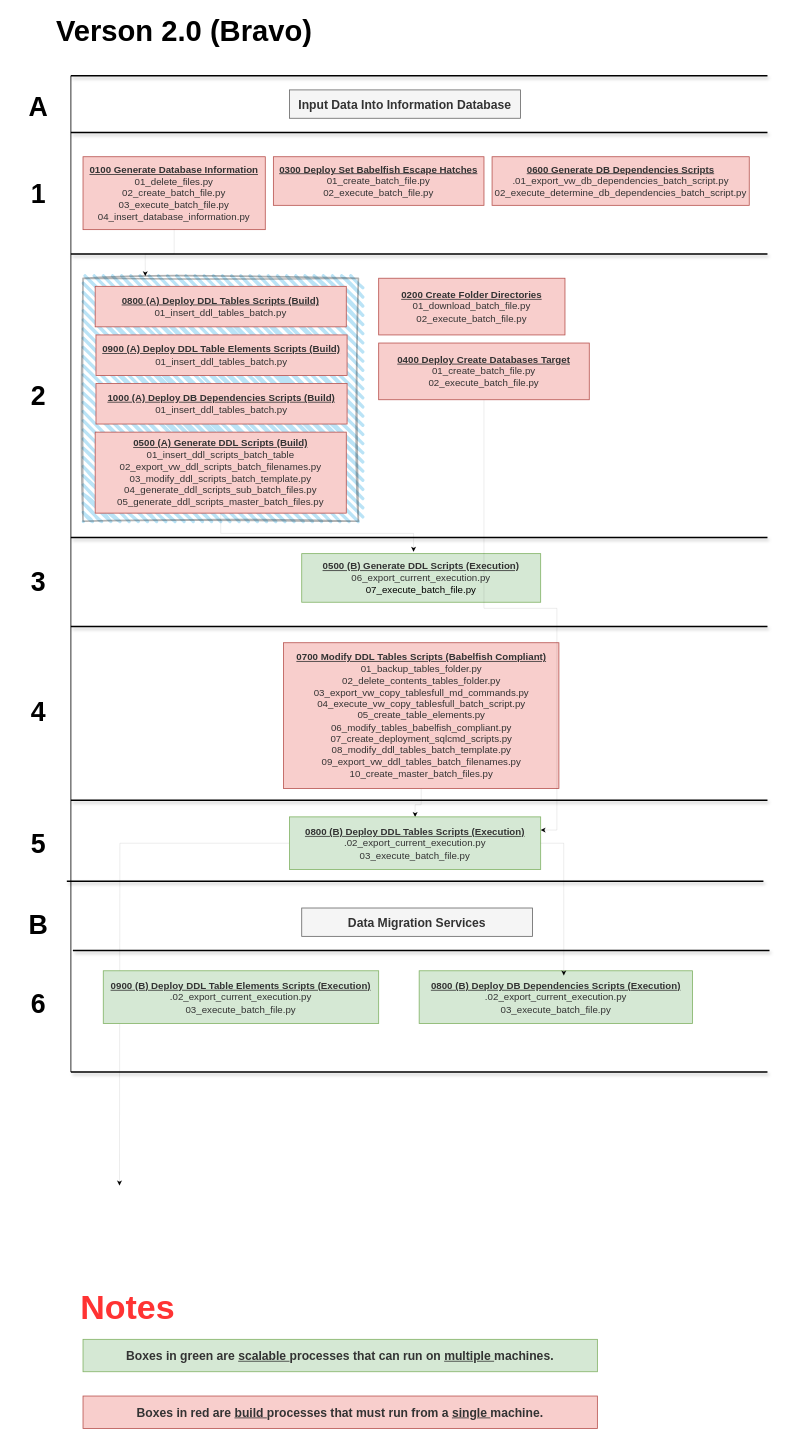
This is Babelfish Deployment Utility Bravo.drawio from smpetersgithub/draw-diagrams-depot, a draw.io file, before an edit. Source tidied: cells renumbered, new cells numbered last; positions are measured from the earlier drawing's top-left corner, leaving out a move shared by most shapes. Both pictures are drawn from the tidied source at 81%, with x=0, y=0 at pixel (14, 19).
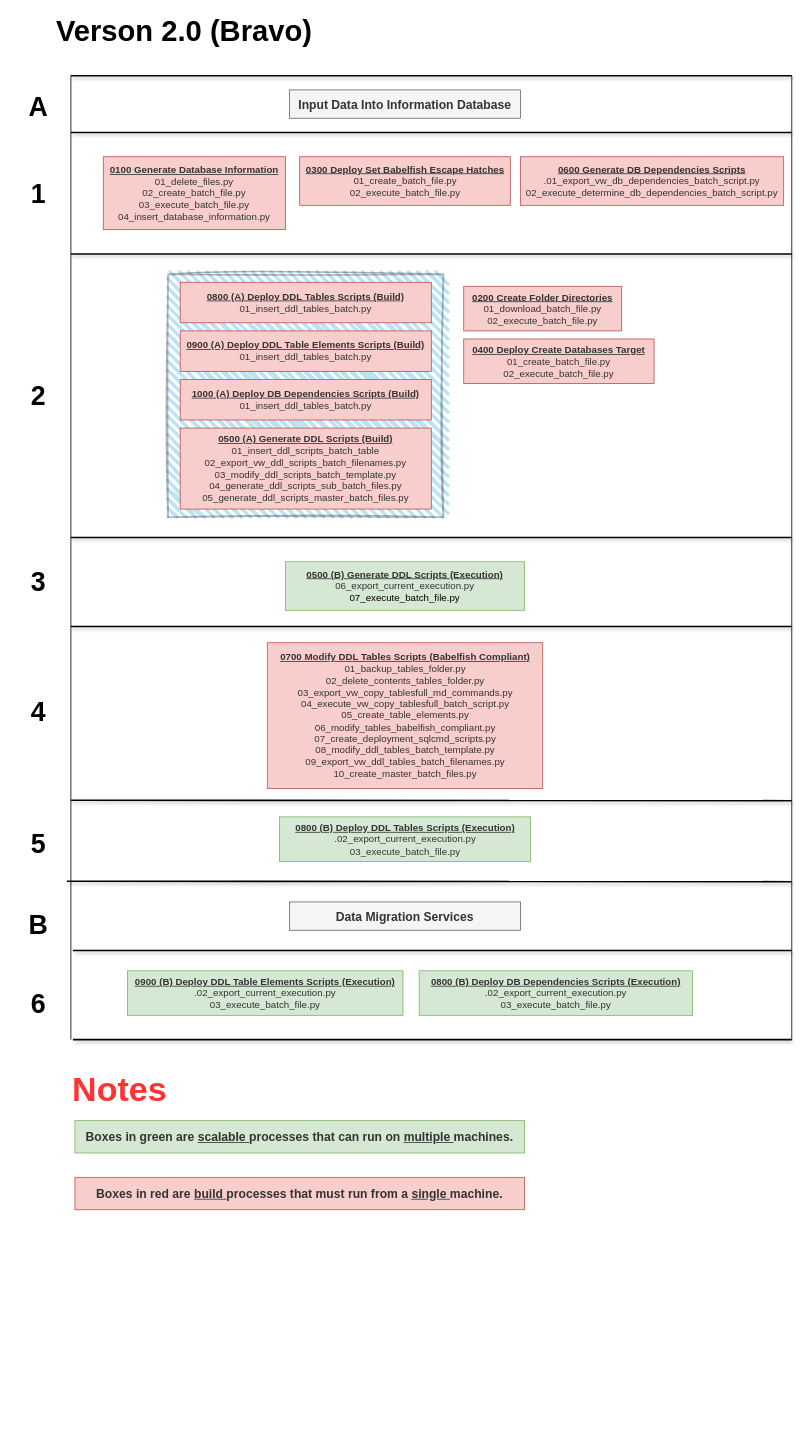
The same page after the edit.

Change to the diagram source:
```diff
@@
     <mxCell id="2" style="rounded=0;whiteSpace=wrap;html=1;strokeWidth=2;fillWeight=4;hachureGap=8;hachureAngle=45;fillColor=#1ba1e2;sketch=1;curveFitting=1;jiggle=2;opacity=30;" parent="1" vertex="1">
-      <mxGeometry x="85" y="320" width="340" height="300" as="geometry" />
+      <mxGeometry x="190" y="315" width="340" height="300" as="geometry" />
     </mxCell>
     <mxCell id="3" value="&lt;span style=&quot;color: rgb(51, 51, 51);&quot;&gt;&lt;b&gt;&lt;u&gt;0100 Generate Database Information&lt;/u&gt;&lt;/b&gt;&lt;/span&gt;&lt;div&gt;&lt;div&gt;&lt;font color=&quot;#333333&quot;&gt;01_delete_files.py&lt;/font&gt;&lt;/div&gt;&lt;div&gt;&lt;font color=&quot;#333333&quot;&gt;02_create_batch_file.py&lt;/font&gt;&lt;/div&gt;&lt;div&gt;&lt;font color=&quot;#333333&quot;&gt;03_execute_batch_file.py&lt;/font&gt;&lt;/div&gt;&lt;div&gt;&lt;font color=&quot;#333333&quot;&gt;04_insert_database_information.py&lt;/font&gt;&lt;/div&gt;&lt;/div&gt;" style="rounded=0;whiteSpace=wrap;html=1;fillColor=#f8cecc;strokeColor=#b85450;" parent="1" vertex="1">
-      <mxGeometry x="85" y="170" width="225" height="90" as="geometry" />
+      <mxGeometry x="110" y="170" width="225" height="90" as="geometry" />
     </mxCell>
@@
     <mxCell id="5" value="&lt;span style=&quot;color: rgb(51, 51, 51);&quot;&gt;&lt;b&gt;&lt;u&gt;0500 (A) Generate DDL Scripts (Build)&lt;/u&gt;&lt;/b&gt;&lt;/span&gt;&lt;div&gt;&lt;font color=&quot;#333333&quot;&gt;01_insert_ddl_scripts_batch_table&lt;/font&gt;&lt;br&gt;&lt;/div&gt;&lt;div&gt;&lt;span style=&quot;background-color: initial;&quot;&gt;&lt;font color=&quot;#333333&quot;&gt;02_export_vw_ddl_scripts_batch_filenames&lt;/font&gt;&lt;/span&gt;&lt;font color=&quot;#333333&quot;&gt;.py&lt;br&gt;&lt;/font&gt;&lt;/div&gt;&lt;div&gt;&lt;span style=&quot;background-color: initial;&quot;&gt;&lt;font color=&quot;#333333&quot;&gt;03_modify_ddl_scripts_batch_template&lt;/font&gt;&lt;/span&gt;&lt;font color=&quot;#333333&quot;&gt;.py&lt;br&gt;&lt;/font&gt;&lt;/div&gt;&lt;div&gt;&lt;span style=&quot;background-color: initial;&quot;&gt;&lt;font style=&quot;&quot; color=&quot;#333333&quot;&gt;04_generate_ddl_scripts_sub_batch_files&lt;/font&gt;&lt;/span&gt;&lt;font style=&quot;&quot; color=&quot;#333333&quot;&gt;.py&lt;/font&gt;&lt;/div&gt;&lt;div&gt;&lt;font style=&quot;&quot; color=&quot;#333333&quot;&gt;05_generate_ddl_scripts_master_batch_files.py&lt;/font&gt;&lt;/div&gt;" style="rounded=0;whiteSpace=wrap;html=1;fillColor=#f8cecc;strokeColor=#b85450;" parent="1" vertex="1">
-      <mxGeometry x="100" y="510" width="310" height="100" as="geometry" />
+      <mxGeometry x="205" y="505" width="310" height="100" as="geometry" />
     </mxCell>
     <mxCell id="6" value="&lt;span style=&quot;color: rgb(51, 51, 51);&quot;&gt;&lt;b&gt;&lt;u&gt;0500 (B) Generate DDL Scripts (Execution)&lt;br&gt;&lt;/u&gt;&lt;/b&gt;&lt;/span&gt;&lt;div&gt;&lt;span style=&quot;background-color: initial;&quot;&gt;&lt;font color=&quot;#333333&quot;&gt;06_export_current_execution&lt;/font&gt;&lt;/span&gt;&lt;font color=&quot;#333333&quot;&gt;.py&lt;br&gt;&lt;/font&gt;07_execute_batch_file.py&lt;/div&gt;" style="rounded=0;whiteSpace=wrap;html=1;fillColor=#d5e8d4;strokeColor=#82b366;" parent="1" vertex="1">
-      <mxGeometry x="355" y="660" width="295" height="60" as="geometry" />
+      <mxGeometry x="335" y="670" width="295" height="60" as="geometry" />
     </mxCell>
     <mxCell id="7" value="&lt;span style=&quot;color: rgb(51, 51, 51);&quot;&gt;&lt;b&gt;&lt;u&gt;0300 Deploy Set Babelfish Escape Hatches&lt;/u&gt;&lt;/b&gt;&lt;/span&gt;&lt;div&gt;&lt;div&gt;&lt;font color=&quot;#333333&quot;&gt;01_create_batch_file.py&lt;/font&gt;&lt;/div&gt;&lt;div&gt;&lt;font color=&quot;#333333&quot;&gt;02_execute_batch_file.py&lt;/font&gt;&lt;/div&gt;&lt;/div&gt;" style="rounded=0;whiteSpace=wrap;html=1;fillColor=#f8cecc;strokeColor=#b85450;" parent="1" vertex="1">
-      <mxGeometry x="320" y="170" width="260" height="60" as="geometry" />
+      <mxGeometry x="352.5" y="170" width="260" height="60" as="geometry" />
     </mxCell>
-    <mxCell id="8" style="edgeStyle=orthogonalEdgeStyle;rounded=0;jettySize=auto;html=1;strokeWidth=0;" parent="1" edge="1" source="9" target="30">
-      <mxGeometry relative="1" as="geometry" />
-    </mxCell>
     <mxCell id="9" value="&lt;span style=&quot;color: rgb(51, 51, 51);&quot;&gt;&lt;b&gt;&lt;u&gt;0700 Modify DDL Tables Scripts (Babelfish Compliant)&lt;/u&gt;&lt;/b&gt;&lt;/span&gt;&lt;div&gt;&lt;div&gt;&lt;font color=&quot;#333333&quot;&gt;01_backup_tables_folder.py&lt;/font&gt;&lt;/div&gt;&lt;div&gt;&lt;font color=&quot;#333333&quot;&gt;02_delete_contents_tables_folder.py&lt;/font&gt;&lt;/div&gt;&lt;div&gt;&lt;font color=&quot;#333333&quot;&gt;03_export_vw_copy_tablesfull_md_commands.py&lt;/font&gt;&lt;/div&gt;&lt;div&gt;&lt;font color=&quot;#333333&quot;&gt;04_execute_vw_copy_tablesfull_batch_script.py&lt;/font&gt;&lt;/div&gt;&lt;div&gt;&lt;font color=&quot;#333333&quot;&gt;05_create_table_elements.py&lt;/font&gt;&lt;/div&gt;&lt;div&gt;&lt;font color=&quot;#333333&quot;&gt;06_modify_tables_babelfish_compliant.py&lt;/font&gt;&lt;/div&gt;&lt;div&gt;&lt;font color=&quot;#333333&quot;&gt;07_create_deployment_sqlcmd_scripts.py&lt;/font&gt;&lt;/div&gt;&lt;div&gt;&lt;font color=&quot;#333333&quot;&gt;08_modify_ddl_tables_batch_template.py&lt;/font&gt;&lt;/div&gt;&lt;div&gt;&lt;font color=&quot;#333333&quot;&gt;09_export_vw_ddl_tables_batch_filenames.py&lt;/font&gt;&lt;/div&gt;&lt;div&gt;&lt;font color=&quot;#333333&quot;&gt;10_create_master_batch_files.py&lt;/font&gt;&lt;/div&gt;&lt;/div&gt;" style="rounded=0;whiteSpace=wrap;html=1;fillColor=#f8cecc;strokeColor=#b85450;" parent="1" vertex="1">
-      <mxGeometry x="332.5" y="770" width="340" height="180" as="geometry" />
+      <mxGeometry x="312.5" y="770" width="340" height="180" as="geometry" />
     </mxCell>
     <mxCell id="10" value="&lt;span style=&quot;color: rgb(51, 51, 51);&quot;&gt;&lt;b&gt;&lt;u&gt;0800 (A) Deploy DDL Tables Scripts (Build)&lt;/u&gt;&lt;/b&gt;&lt;/span&gt;&lt;div&gt;&lt;font color=&quot;#333333&quot;&gt;01_insert_ddl_tables_batch.py&lt;/font&gt;&lt;br&gt;&lt;/div&gt;" style="rounded=0;whiteSpace=wrap;html=1;fillColor=#f8cecc;strokeColor=#b85450;" parent="1" vertex="1">
-      <mxGeometry x="100" y="330" width="310" height="50" as="geometry" />
+      <mxGeometry x="205" y="325" width="310" height="50" as="geometry" />
     </mxCell>
     <mxCell id="11" style="endArrow=none;html=1;rounded=0;strokeWidth=2;shadow=1;" parent="1" edge="1">
       <mxGeometry relative="1" as="geometry">
         <mxPoint x="70" y="140" as="sourcePoint" />
-        <mxPoint x="930" y="140" as="targetPoint" />
+        <mxPoint x="960" y="140" as="targetPoint" />
       </mxGeometry>
     </mxCell>
@@
-    <mxCell id="17" style="edgeStyle=orthogonalEdgeStyle;rounded=0;jettySize=auto;html=1;entryX=1;entryY=0.25;entryDx=0;entryDy=0;strokeWidth=0;" parent="1" edge="1" source="18" target="30">
-      <mxGeometry relative="1" as="geometry" />
-    </mxCell>
     <mxCell id="18" value="&lt;span style=&quot;color: rgb(51, 51, 51);&quot;&gt;&lt;b&gt;&lt;u&gt;0400 Deploy Create Databases Target&lt;/u&gt;&lt;/b&gt;&lt;/span&gt;&lt;div&gt;&lt;div&gt;&lt;font color=&quot;#333333&quot;&gt;01_create_batch_file.py&lt;/font&gt;&lt;/div&gt;&lt;div&gt;&lt;font color=&quot;#333333&quot;&gt;02_execute_batch_file.py&lt;/font&gt;&lt;/div&gt;&lt;/div&gt;" style="rounded=0;whiteSpace=wrap;html=1;fillColor=#f8cecc;strokeColor=#b85450;" parent="1" vertex="1">
-      <mxGeometry x="450" y="400" width="260" height="70" as="geometry" />
+      <mxGeometry x="555" y="395" width="235" height="55" as="geometry" />
     </mxCell>
     <mxCell id="19" style="endArrow=none;html=1;rounded=0;" parent="1" edge="1">
       <mxGeometry relative="1" as="geometry">
-        <mxPoint x="70" y="1300" as="sourcePoint" />
+        <mxPoint x="70" y="1260" as="sourcePoint" />
         <mxPoint x="70" y="70" as="targetPoint" />
       </mxGeometry>
     </mxCell>
     <mxCell id="20" style="endArrow=none;html=1;rounded=0;strokeWidth=2;shadow=1;" parent="1" edge="1">
       <mxGeometry relative="1" as="geometry">
         <mxPoint x="70" y="640" as="sourcePoint" />
-        <mxPoint x="930" y="640" as="targetPoint" />
+        <mxPoint x="960" y="640" as="targetPoint" />
       </mxGeometry>
     </mxCell>
     <mxCell id="21" style="endArrow=none;html=1;rounded=0;strokeWidth=2;shadow=1;" parent="1" edge="1">
       <mxGeometry relative="1" as="geometry">
         <mxPoint x="70" y="70" as="sourcePoint" />
-        <mxPoint x="930" y="70" as="targetPoint" />
+        <mxPoint x="960" y="70" as="targetPoint" />
       </mxGeometry>
     </mxCell>
@@
     <mxCell id="24" value="&lt;div&gt;&lt;font size=&quot;1&quot; color=&quot;#333333&quot;&gt;&lt;b style=&quot;font-size: 15px;&quot;&gt;Boxes in green are &lt;u&gt;scalable &lt;/u&gt;processes that can run on &lt;u&gt;multiple &lt;/u&gt;machines.&lt;/b&gt;&lt;/font&gt;&lt;/div&gt;" style="rounded=0;whiteSpace=wrap;html=1;fillColor=#d5e8d4;strokeColor=#82b366;" parent="1" vertex="1">
-      <mxGeometry x="85" y="1630" width="635" height="40" as="geometry" />
+      <mxGeometry x="75" y="1360" width="555" height="40" as="geometry" />
     </mxCell>
     <mxCell id="25" value="&lt;h1 style=&quot;margin-top: 0px;&quot;&gt;&lt;font style=&quot;font-size: 42px;&quot; color=&quot;#ff3333&quot;&gt;Notes&lt;/font&gt;&lt;/h1&gt;" style="text;html=1;whiteSpace=wrap;overflow=hidden;rounded=0;" parent="1" vertex="1">
-      <mxGeometry x="80" y="1560" width="120" height="50" as="geometry" />
+      <mxGeometry x="70" y="1290" width="120" height="50" as="geometry" />
     </mxCell>
     <mxCell id="26" value="&lt;div&gt;&lt;font size=&quot;1&quot; color=&quot;#333333&quot;&gt;&lt;b style=&quot;font-size: 15px;&quot;&gt;Boxes in red are &lt;u&gt;build &lt;/u&gt;processes that must run from a &lt;u&gt;single &lt;/u&gt;machine.&lt;/b&gt;&lt;/font&gt;&lt;/div&gt;" style="rounded=0;whiteSpace=wrap;html=1;fillColor=#f8cecc;strokeColor=#b85450;" parent="1" vertex="1">
-      <mxGeometry x="85" y="1700" width="635" height="40" as="geometry" />
+      <mxGeometry x="75" y="1430" width="555" height="40" as="geometry" />
     </mxCell>
     <mxCell id="27" value="&lt;span style=&quot;color: rgb(51, 51, 51);&quot;&gt;&lt;b&gt;&lt;u&gt;0200 Create Folder Directories&lt;/u&gt;&lt;/b&gt;&lt;/span&gt;&lt;div&gt;&lt;div&gt;&lt;font color=&quot;#333333&quot;&gt;01_download_batch_file.py&lt;/font&gt;&lt;/div&gt;&lt;div&gt;&lt;font color=&quot;#333333&quot;&gt;02_execute_batch_file.py&lt;/font&gt;&lt;/div&gt;&lt;/div&gt;" style="rounded=0;whiteSpace=wrap;html=1;fillColor=#f8cecc;strokeColor=#b85450;" parent="1" vertex="1">
-      <mxGeometry x="450" y="320" width="230" height="70" as="geometry" />
+      <mxGeometry x="555" y="330" width="195" height="55" as="geometry" />
     </mxCell>
-    <mxCell id="28" style="edgeStyle=orthogonalEdgeStyle;rounded=0;jettySize=auto;html=1;entryX=0.468;entryY=-0.04;entryDx=0;entryDy=0;entryPerimeter=0;strokeWidth=0;" parent="1" edge="1" source="5" target="6">
-      <mxGeometry relative="1" as="geometry" />
-    </mxCell>
-    <mxCell id="29" style="edgeStyle=orthogonalEdgeStyle;rounded=0;jettySize=auto;html=1;strokeWidth=0;" parent="1" edge="1" source="30">
-      <mxGeometry relative="1" as="geometry">
-        <mxPoint x="130" y="1440" as="targetPoint" />
-      </mxGeometry>
-    </mxCell>
     <mxCell id="30" value="&lt;span style=&quot;color: rgb(51, 51, 51);&quot;&gt;&lt;b&gt;&lt;u&gt;0800 (B) Deploy DDL Tables Scripts (Execution)&lt;/u&gt;&lt;/b&gt;&lt;/span&gt;&lt;div&gt;&lt;font color=&quot;#333333&quot;&gt;.&lt;span style=&quot;background-color: initial;&quot;&gt;02_export_current_execution.py&lt;/span&gt;&lt;br&gt;&lt;/font&gt;&lt;/div&gt;&lt;div&gt;&lt;font color=&quot;#333333&quot;&gt;03_execute_batch_file.py&lt;/font&gt;&lt;/div&gt;" style="rounded=0;whiteSpace=wrap;html=1;fillColor=#d5e8d4;strokeColor=#82b366;" parent="1" vertex="1">
-      <mxGeometry x="340" y="985" width="310" height="65" as="geometry" />
+      <mxGeometry x="327.5" y="985" width="310" height="55" as="geometry" />
     </mxCell>
     <mxCell id="31" value="&lt;span style=&quot;color: rgb(51, 51, 51);&quot;&gt;&lt;b&gt;&lt;u&gt;0900 (A) Deploy DDL Table Elements Scripts (Build)&lt;/u&gt;&lt;/b&gt;&lt;/span&gt;&lt;div&gt;&lt;font color=&quot;#333333&quot;&gt;01_insert_ddl_tables_batch.py&lt;/font&gt;&lt;br&gt;&lt;/div&gt;" style="rounded=0;whiteSpace=wrap;html=1;fillColor=#f8cecc;strokeColor=#b85450;" parent="1" vertex="1">
-      <mxGeometry x="101" y="390" width="310" height="50" as="geometry" />
+      <mxGeometry x="205" y="385" width="310" height="50" as="geometry" />
     </mxCell>
     <mxCell id="32" value="&lt;span style=&quot;color: rgb(51, 51, 51);&quot;&gt;&lt;b&gt;&lt;u&gt;1000 (A) Deploy DB Dependencies Scripts (Build)&lt;/u&gt;&lt;/b&gt;&lt;/span&gt;&lt;div&gt;&lt;font color=&quot;#333333&quot;&gt;01_insert_ddl_tables_batch.py&lt;/font&gt;&lt;br&gt;&lt;/div&gt;" style="rounded=0;whiteSpace=wrap;html=1;fillColor=#f8cecc;strokeColor=#b85450;" parent="1" vertex="1">
-      <mxGeometry x="101" y="450" width="310" height="50" as="geometry" />
+      <mxGeometry x="205" y="445" width="310" height="50" as="geometry" />
     </mxCell>
     <mxCell id="33" value="&lt;span style=&quot;color: rgb(51, 51, 51);&quot;&gt;&lt;b&gt;&lt;u&gt;0900 (B) Deploy DDL Table Elements Scripts (Execution)&lt;/u&gt;&lt;/b&gt;&lt;/span&gt;&lt;div&gt;&lt;font color=&quot;#333333&quot;&gt;.&lt;span style=&quot;background-color: initial;&quot;&gt;02_export_current_execution.py&lt;/span&gt;&lt;br&gt;&lt;/font&gt;&lt;/div&gt;&lt;div&gt;&lt;font color=&quot;#333333&quot;&gt;03_execute_batch_file.py&lt;/font&gt;&lt;/div&gt;" style="rounded=0;whiteSpace=wrap;html=1;fillColor=#d5e8d4;strokeColor=#82b366;" parent="1" vertex="1">
-      <mxGeometry x="110" y="1175" width="340" height="65" as="geometry" />
+      <mxGeometry x="140" y="1175" width="340" height="55" as="geometry" />
     </mxCell>
     <mxCell id="34" value="&lt;span style=&quot;color: rgb(51, 51, 51);&quot;&gt;&lt;b&gt;&lt;u&gt;0800 (B) Deploy DB Dependencies Scripts (Execution)&lt;/u&gt;&lt;/b&gt;&lt;/span&gt;&lt;div&gt;&lt;font color=&quot;#333333&quot;&gt;.&lt;span style=&quot;background-color: initial;&quot;&gt;02_export_current_execution.py&lt;/span&gt;&lt;br&gt;&lt;/font&gt;&lt;/div&gt;&lt;div&gt;&lt;font color=&quot;#333333&quot;&gt;03_execute_batch_file.py&lt;/font&gt;&lt;/div&gt;" style="rounded=0;whiteSpace=wrap;html=1;fillColor=#d5e8d4;strokeColor=#82b366;" parent="1" vertex="1">
-      <mxGeometry x="500" y="1175" width="337.5" height="65" as="geometry" />
+      <mxGeometry x="500" y="1175" width="337.5" height="55" as="geometry" />
     </mxCell>
-    <mxCell id="35" style="edgeStyle=orthogonalEdgeStyle;rounded=0;jettySize=auto;html=1;entryX=0.529;entryY=0.089;entryDx=0;entryDy=0;entryPerimeter=0;exitX=1;exitY=0.5;exitDx=0;exitDy=0;strokeWidth=0;" parent="1" edge="1" source="30" target="34">
-      <mxGeometry relative="1" as="geometry" />
-    </mxCell>
     <mxCell id="36" value="&lt;span style=&quot;color: rgb(51, 51, 51);&quot;&gt;&lt;b&gt;&lt;u&gt;0600 Generate DB Dependencies Scripts&lt;/u&gt;&lt;/b&gt;&lt;/span&gt;&lt;div&gt;&lt;font color=&quot;#333333&quot;&gt;.&lt;span style=&quot;background-color: initial;&quot;&gt;01_export_vw_db_dependencies_batch_script.py&lt;/span&gt;&lt;br&gt;&lt;/font&gt;&lt;/div&gt;&lt;div&gt;&lt;font color=&quot;#333333&quot;&gt;02_execute_determine_db_dependencies_batch_script.py&lt;/font&gt;&lt;/div&gt;" style="rounded=0;whiteSpace=wrap;html=1;fillColor=#f8cecc;strokeColor=#b85450;" parent="1" vertex="1">
-      <mxGeometry x="590" y="170" width="317.5" height="60" as="geometry" />
+      <mxGeometry x="625" y="170" width="325" height="60" as="geometry" />
     </mxCell>
-    <mxCell id="37" style="edgeStyle=orthogonalEdgeStyle;rounded=0;jettySize=auto;html=1;entryX=0.226;entryY=-0.009;entryDx=0;entryDy=0;entryPerimeter=0;strokeWidth=0;" parent="1" edge="1" source="3" target="2">
-      <mxGeometry relative="1" as="geometry" />
-    </mxCell>
     <mxCell id="38" style="endArrow=none;html=1;rounded=0;strokeWidth=2;shadow=1;" parent="1" edge="1">
       <mxGeometry relative="1" as="geometry">
         <mxPoint x="70" y="290" as="sourcePoint" />
-        <mxPoint x="930" y="290" as="targetPoint" />
+        <mxPoint x="960" y="290" as="targetPoint" />
       </mxGeometry>
     </mxCell>
     <mxCell id="39" style="endArrow=none;html=1;rounded=0;strokeWidth=2;shadow=1;" parent="1" edge="1">
       <mxGeometry relative="1" as="geometry">
         <mxPoint x="70" y="750" as="sourcePoint" />
-        <mxPoint x="930" y="750" as="targetPoint" />
+        <mxPoint x="960" y="750" as="targetPoint" />
       </mxGeometry>
     </mxCell>
     <mxCell id="40" style="endArrow=none;html=1;rounded=0;strokeWidth=2;shadow=1;" parent="1" edge="1">
       <mxGeometry relative="1" as="geometry">
         <mxPoint x="70" y="964.5" as="sourcePoint" />
-        <mxPoint x="930" y="964.5" as="targetPoint" />
+        <mxPoint x="960" y="965" as="targetPoint" />
       </mxGeometry>
     </mxCell>
@@
     <mxCell id="42" style="endArrow=none;html=1;rounded=0;strokeWidth=2;shadow=1;" parent="1" edge="1">
       <mxGeometry relative="1" as="geometry">
         <mxPoint x="65" y="1064.5" as="sourcePoint" />
-        <mxPoint x="925" y="1064.5" as="targetPoint" />
+        <mxPoint x="960" y="1065" as="targetPoint" />
       </mxGeometry>
     </mxCell>
-    <mxCell id="43" value="&lt;span style=&quot;color: rgb(51, 51, 51);&quot;&gt;&lt;b&gt;&lt;font style=&quot;font-size: 15px;&quot;&gt;Data Migration Services&lt;/font&gt;&lt;/b&gt;&lt;/span&gt;" style="rounded=0;whiteSpace=wrap;html=1;fillColor=#f5f5f5;fontColor=#333333;strokeColor=#666666;" parent="1" vertex="1">
-      <mxGeometry x="355" y="1097.5" width="285" height="35" as="geometry" />
+    <mxCell id="43" value="&lt;b style=&quot;&quot;&gt;&lt;font style=&quot;font-size: 15px;&quot;&gt;Data Migration Services&lt;/font&gt;&lt;/b&gt;" style="rounded=0;whiteSpace=wrap;html=1;fillColor=#f5f5f5;fontColor=#333333;strokeColor=#666666;" parent="1" vertex="1">
+      <mxGeometry x="340" y="1090" width="285" height="35" as="geometry" />
     </mxCell>
     <mxCell id="44" style="endArrow=none;html=1;rounded=0;strokeWidth=2;shadow=1;" parent="1" edge="1">
       <mxGeometry relative="1" as="geometry">
         <mxPoint x="72.5" y="1150" as="sourcePoint" />
-        <mxPoint x="932.5" y="1150" as="targetPoint" />
+        <mxPoint x="960" y="1150" as="targetPoint" />
       </mxGeometry>
     </mxCell>
     <mxCell id="45" style="endArrow=none;html=1;rounded=0;strokeWidth=2;shadow=1;" parent="1" edge="1">
       <mxGeometry relative="1" as="geometry">
-        <mxPoint x="70" y="1300" as="sourcePoint" />
-        <mxPoint x="930" y="1300" as="targetPoint" />
+        <mxPoint x="72.5" y="1260" as="sourcePoint" />
+        <mxPoint x="960" y="1260" as="targetPoint" />
       </mxGeometry>
     </mxCell>
@@
+    <mxCell id="47" style="endArrow=none;html=1;rounded=0;" parent="1" edge="1">
+      <mxGeometry relative="1" as="geometry">
+        <mxPoint x="960" y="1260" as="sourcePoint" />
+        <mxPoint x="960" y="70" as="targetPoint" />
+      </mxGeometry>
+    </mxCell>
```
